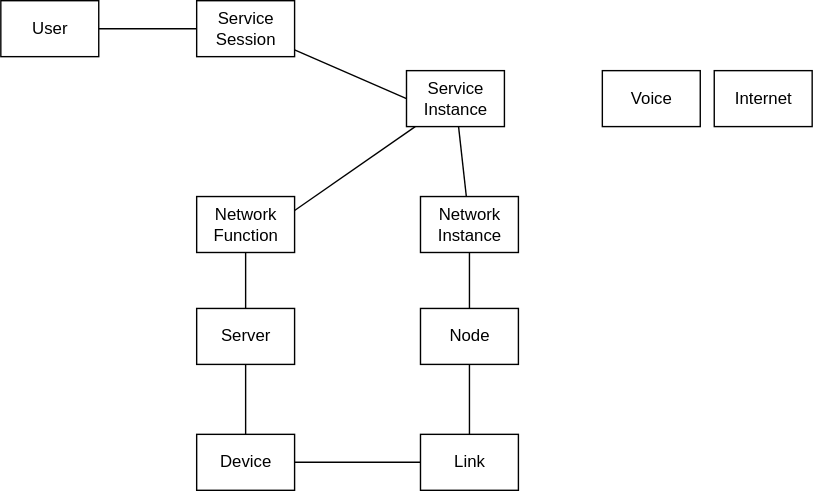
Before: docs/data/datamodel.drawio.svg, a diagram exported from draw.io (brianpnaughton/free5gc-lab). Source tidied: cells renumbered, new cells last; positions are measured from the earlier drawing's top-left corner, leaving out a move shared by most shapes.
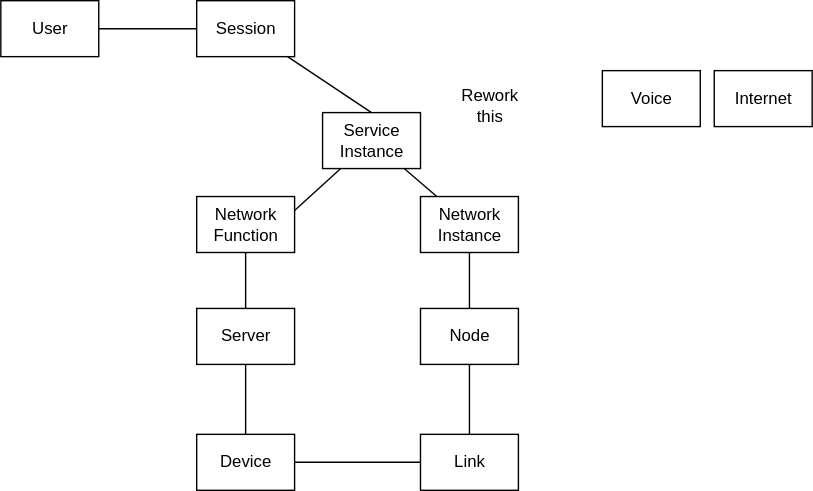
After the commit.

The edit, as a diff of the source:
```diff
@@ -8,10 +8,10 @@
     <mxCell id="3" value="User" style="html=1;" parent="1" vertex="1">
       <mxGeometry width="70" height="40" as="geometry" />
     </mxCell>
-    <mxCell id="4" style="edgeStyle=none;html=1;entryX=0;entryY=0.5;entryDx=0;entryDy=0;endArrow=none;endFill=0;" parent="1" edge="1" source="5" target="14">
+    <mxCell id="4" style="edgeStyle=none;html=1;entryX=0.5;entryY=0;entryDx=0;entryDy=0;endArrow=none;endFill=0;" parent="1" edge="1" source="5" target="14">
       <mxGeometry relative="1" as="geometry" />
     </mxCell>
-    <mxCell id="5" value="Service &lt;br&gt;Session" style="html=1;" parent="1" vertex="1">
+    <mxCell id="5" value="Session" style="html=1;" parent="1" vertex="1">
       <mxGeometry x="140" width="70" height="40" as="geometry" />
     </mxCell>
     <mxCell id="6" style="edgeStyle=none;html=1;endArrow=none;endFill=0;" parent="1" edge="1" source="7" target="9">
@@ -39,7 +39,7 @@
       <mxGeometry relative="1" as="geometry" />
     </mxCell>
     <mxCell id="14" value="Service &lt;br&gt;Instance" style="html=1;" parent="1" vertex="1">
-      <mxGeometry x="290" y="50" width="70" height="40" as="geometry" />
+      <mxGeometry x="230" y="80" width="70" height="40" as="geometry" />
     </mxCell>
     <mxCell id="15" value="Internet" style="html=1;" parent="1" vertex="1">
       <mxGeometry x="510" y="50" width="70" height="40" as="geometry" />
@@ -62,5 +62,8 @@
     <mxCell id="21" value="Network &lt;br&gt;Instance" style="html=1;" parent="1" vertex="1">
       <mxGeometry x="300" y="140" width="70" height="40" as="geometry" />
     </mxCell>
+    <mxCell id="22" value="Rework this" style="text;html=1;strokeColor=none;fillColor=none;align=center;verticalAlign=middle;whiteSpace=wrap;rounded=0;" parent="1" vertex="1">
+      <mxGeometry x="320" y="60" width="60" height="30" as="geometry" />
+    </mxCell>
   </root>
 </mxGraphModel>
```
